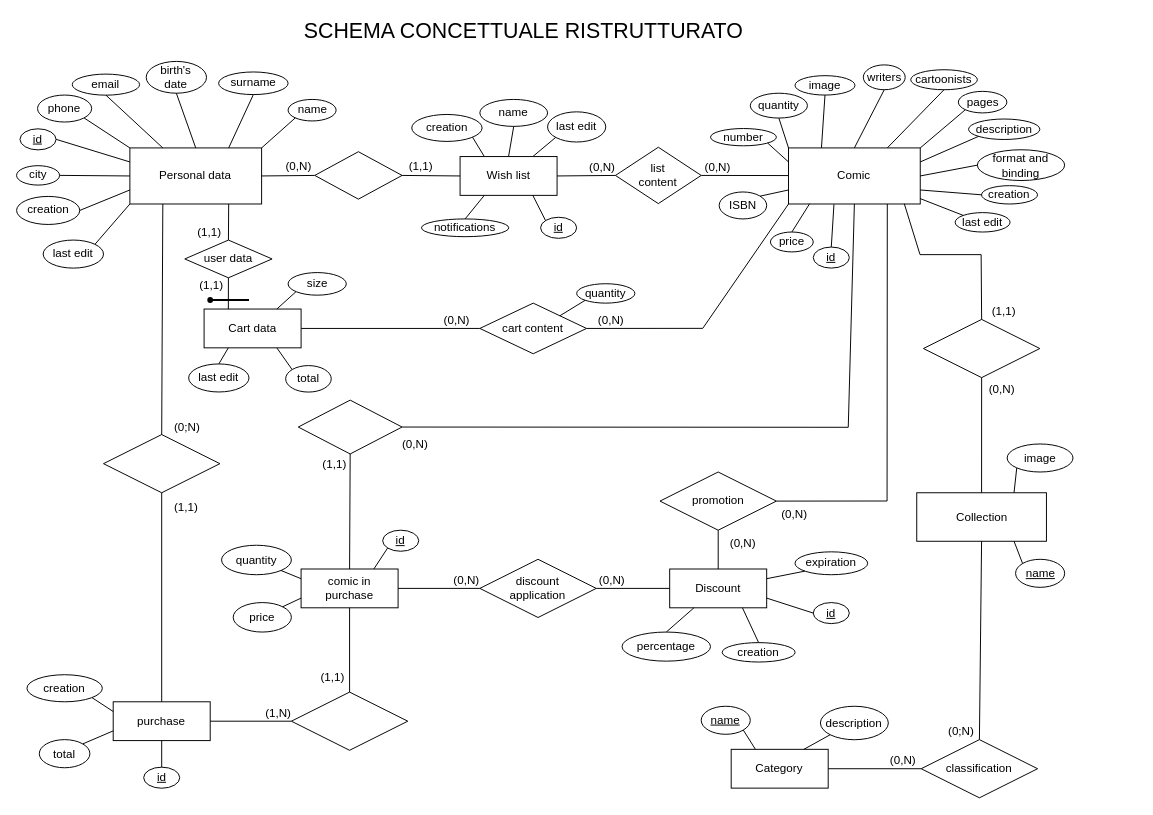
Earlier version of the draw.io diagram page "Schema E-R ristrutturato" (2 of 2) of doc/database/Comic_shop_ER_diagram.drawio (Enricods-i/Comics-Store-Backend). Source tidied: cells renumbered, new cells numbered last; positions are measured from the earlier drawing's top-left corner, leaving out a move shared by most shapes. Both pictures are drawn from the tidied source at 97%, with x=0, y=0 at pixel (16, 16).
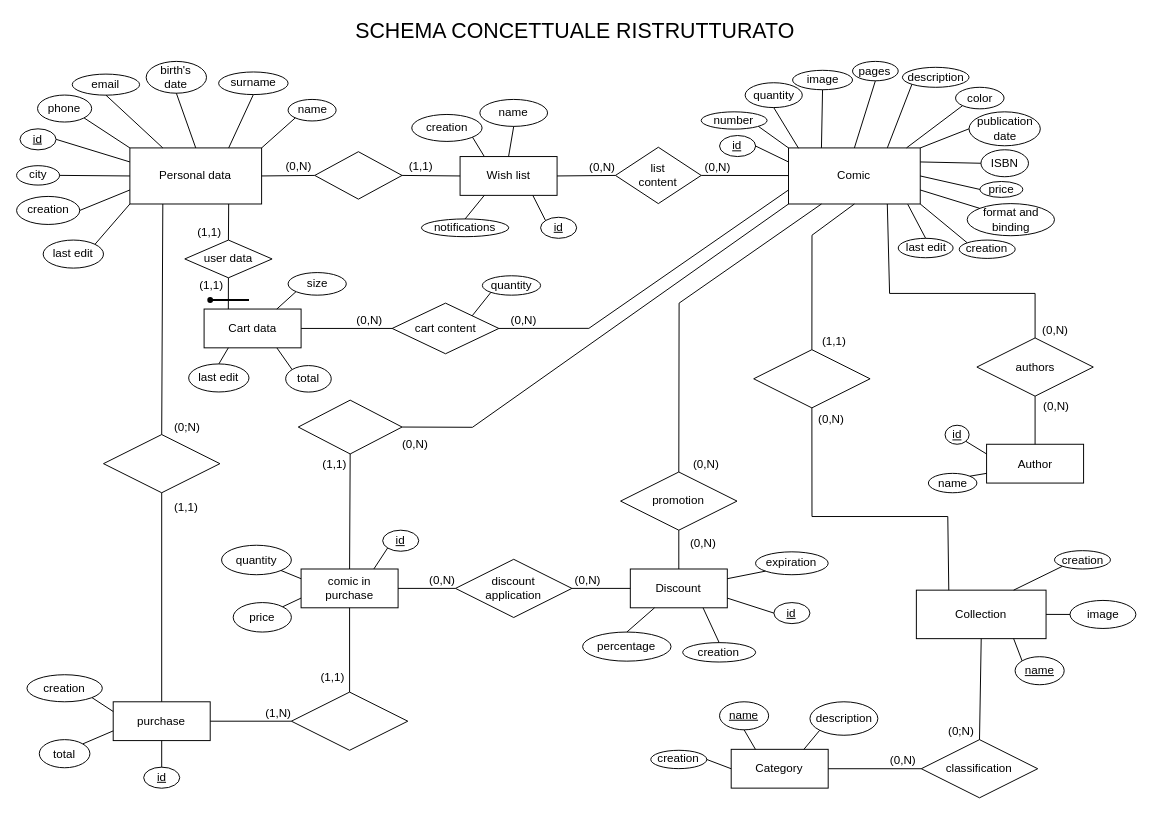
After the change.

Commit message (it also covers changes not shown here):
Modifica lo schema del db: aggiunti gli autori e perfezionato il fumetto

The change refers to these unchanged cells:
```xml
<mxCell id="2" value="Comic" style="whiteSpace=wrap;html=1;align=center;" parent="1" vertex="1">
  <mxGeometry x="795.4" y="135" width="135.8" height="57.8" as="geometry" />
</mxCell>
<mxCell id="47" value="Category" style="whiteSpace=wrap;html=1;align=center;" parent="1" vertex="1">
  <mxGeometry x="736.3" y="755" width="100" height="40" as="geometry" />
</mxCell>
<mxCell id="90" value="Wish list" style="whiteSpace=wrap;html=1;align=center;" parent="1" vertex="1">
  <mxGeometry x="456.8" y="143.9" width="100" height="40" as="geometry" />
</mxCell>
<mxCell id="125" style="shape=rhombus;perimeter=rhombusPerimeter;whiteSpace=wrap;html=1;align=center;" parent="1" vertex="1">
  <mxGeometry x="290" y="395" width="107" height="55.5" as="geometry" />
</mxCell>
```

What changed in the source:
```diff
@@
-    <mxCell id="9" value="last edit" style="ellipse;whiteSpace=wrap;html=1;align=center;" parent="1" vertex="1">
-      <mxGeometry x="547" y="97.8" width="60" height="31.1" as="geometry" />
-    </mxCell>
@@
-    <mxCell id="11" style="endArrow=none;html=1;rounded=0;exitX=0.75;exitY=0;exitDx=0;exitDy=0;entryX=0;entryY=1;entryDx=0;entryDy=0;" parent="1" edge="1" source="90" target="9">
-      <mxGeometry relative="1" as="geometry" />
-    </mxCell>
     <mxCell id="12" value="number" style="ellipse;whiteSpace=wrap;html=1;align=center;" parent="1" vertex="1">
-      <mxGeometry x="715" y="115" width="67.9" height="17.8" as="geometry" />
+      <mxGeometry x="705.4" y="97.8" width="67.9" height="17.8" as="geometry" />
     </mxCell>
-    <mxCell id="13" value="writers" style="ellipse;whiteSpace=wrap;html=1;align=center;" parent="1" vertex="1">
-      <mxGeometry x="872.5" y="49.4" width="43.2" height="25.6" as="geometry" />
+    <mxCell id="13" value="pages" style="ellipse;whiteSpace=wrap;html=1;align=center;" parent="1" vertex="1">
+      <mxGeometry x="861.4" y="45.8" width="47.1" height="20" as="geometry" />
     </mxCell>
-    <mxCell id="14" value="cartoonists" style="ellipse;whiteSpace=wrap;html=1;align=center;" parent="1" vertex="1">
-      <mxGeometry x="921.4" y="54.4" width="68.7" height="20.6" as="geometry" />
+    <mxCell id="14" value="description" style="ellipse;whiteSpace=wrap;html=1;align=center;" parent="1" vertex="1">
+      <mxGeometry x="912.8" y="51.9" width="68.7" height="20.6" as="geometry" />
     </mxCell>
-    <mxCell id="15" value="pages" style="ellipse;whiteSpace=wrap;html=1;align=center;" parent="1" vertex="1">
-      <mxGeometry x="970.5" y="76.7" width="50" height="22.2" as="geometry" />
+    <mxCell id="15" value="color" style="ellipse;whiteSpace=wrap;html=1;align=center;" parent="1" vertex="1">
+      <mxGeometry x="967.6" y="72.5" width="50" height="22.2" as="geometry" />
     </mxCell>
-    <mxCell id="16" style="endArrow=none;html=1;rounded=0;entryX=1;entryY=1;entryDx=0;entryDy=0;exitX=0;exitY=0.25;exitDx=0;exitDy=0;" parent="1" edge="1" source="2" target="12">
+    <mxCell id="16" style="endArrow=none;html=1;rounded=0;entryX=1;entryY=1;entryDx=0;entryDy=0;exitX=0;exitY=0;exitDx=0;exitDy=0;" parent="1" edge="1" source="2" target="12">
       <mxGeometry relative="1" as="geometry" />
     </mxCell>
@@
-    <mxCell id="18" style="endArrow=none;html=1;rounded=0;exitX=0.75;exitY=0;exitDx=0;exitDy=0;entryX=0.5;entryY=1;entryDx=0;entryDy=0;" parent="1" edge="1" source="2" target="14">
+    <mxCell id="18" style="endArrow=none;html=1;rounded=0;exitX=0.75;exitY=0;exitDx=0;exitDy=0;entryX=0;entryY=1;entryDx=0;entryDy=0;" parent="1" edge="1" source="2" target="14">
       <mxGeometry relative="1" as="geometry" />
     </mxCell>
-    <mxCell id="19" style="endArrow=none;html=1;rounded=0;exitX=1;exitY=0;exitDx=0;exitDy=0;entryX=0;entryY=1;entryDx=0;entryDy=0;" parent="1" edge="1" source="2" target="15">
+    <mxCell id="19" style="endArrow=none;html=1;rounded=0;entryX=0;entryY=1;entryDx=0;entryDy=0;exitX=0.896;exitY=-0.001;exitDx=0;exitDy=0;exitPerimeter=0;" parent="1" edge="1" source="2" target="15">
       <mxGeometry relative="1" as="geometry" />
     </mxCell>
-    <mxCell id="20" style="endArrow=none;html=1;rounded=0;entryX=1;entryY=0;entryDx=0;entryDy=0;exitX=0;exitY=0.75;exitDx=0;exitDy=0;" parent="1" edge="1" source="2" target="130">
+    <mxCell id="20" style="endArrow=none;html=1;rounded=0;entryX=0;entryY=0.5;entryDx=0;entryDy=0;exitX=1;exitY=0.25;exitDx=0;exitDy=0;" parent="1" edge="1" source="2" target="130">
       <mxGeometry relative="1" as="geometry" />
     </mxCell>
@@
     <mxCell id="35" value="Collection" style="whiteSpace=wrap;html=1;align=center;" parent="1" vertex="1">
-      <mxGeometry x="927.6" y="490.5" width="133.7" height="50" as="geometry" />
+      <mxGeometry x="927.2" y="590.9" width="133.7" height="50" as="geometry" />
     </mxCell>
     <mxCell id="36" style="shape=rhombus;perimeter=rhombusPerimeter;whiteSpace=wrap;html=1;align=center;" parent="1" vertex="1">
-      <mxGeometry x="934.5" y="311.8" width="120" height="60" as="geometry" />
+      <mxGeometry x="759.5" y="343" width="120" height="60" as="geometry" />
     </mxCell>
-    <mxCell id="37" style="endArrow=none;html=1;rounded=0;entryX=0.5;entryY=1;entryDx=0;entryDy=0;exitX=0.5;exitY=0;exitDx=0;exitDy=0;" parent="1" edge="1" source="35" target="36">
-      <mxGeometry relative="1" as="geometry" />
+    <mxCell id="37" style="endArrow=none;html=1;rounded=0;entryX=0.5;entryY=1;entryDx=0;entryDy=0;exitX=0.25;exitY=0;exitDx=0;exitDy=0;" parent="1" edge="1" source="35" target="36">
+      <mxGeometry relative="1" as="geometry">
+        <Array as="points">
+          <mxPoint x="959.6" y="515" />
+          <mxPoint x="819.6" y="515" />
+        </Array>
+      </mxGeometry>
     </mxCell>
@@
     <mxCell id="39" value="image" style="ellipse;whiteSpace=wrap;html=1;align=center;" parent="1" vertex="1">
-      <mxGeometry x="1020.8" y="440.2" width="67.9" height="28.9" as="geometry" />
+      <mxGeometry x="1085.6" y="601.5" width="67.9" height="28.9" as="geometry" />
     </mxCell>
-    <mxCell id="40" style="endArrow=none;html=1;rounded=0;exitX=0.75;exitY=0;exitDx=0;exitDy=0;entryX=0;entryY=1;entryDx=0;entryDy=0;" parent="1" edge="1" source="35" target="39">
+    <mxCell id="40" style="endArrow=none;html=1;rounded=0;exitX=1;exitY=0.5;exitDx=0;exitDy=0;entryX=0;entryY=0.5;entryDx=0;entryDy=0;" parent="1" edge="1" source="35" target="39">
       <mxGeometry relative="1" as="geometry" />
     </mxCell>
     <mxCell id="41" value="Discount" style="whiteSpace=wrap;html=1;align=center;" parent="1" vertex="1">
-      <mxGeometry x="672.9" y="569.1" width="100" height="40" as="geometry" />
+      <mxGeometry x="632.3" y="569.1" width="100" height="40" as="geometry" />
     </mxCell>
     <mxCell id="42" value="promotion" style="shape=rhombus;perimeter=rhombusPerimeter;whiteSpace=wrap;html=1;align=center;" parent="1" vertex="1">
-      <mxGeometry x="662.9" y="469.1" width="120" height="60" as="geometry" />
+      <mxGeometry x="622.3" y="469.1" width="120" height="60" as="geometry" />
     </mxCell>
@@
-    <mxCell id="45" style="endArrow=none;html=1;rounded=0;exitX=0.75;exitY=1;exitDx=0;exitDy=0;entryX=1;entryY=0.5;entryDx=0;entryDy=0;" parent="1" edge="1" source="2" target="42">
-      <mxGeometry relative="1" as="geometry">
-        <Array as="points">
-          <mxPoint x="897" y="499" />
-        </Array>
-      </mxGeometry>
-    </mxCell>
-    <mxCell id="46" value="(0,N)" style="html=1;align=right;verticalAlign=bottom;" parent="45" vertex="1">
-      <mxGeometry x="1" relative="1" as="geometry">
-        <mxPoint x="32" y="22" as="offset" />
-      </mxGeometry>
-    </mxCell>
@@
     <mxCell id="48" value="classification" style="shape=rhombus;perimeter=rhombusPerimeter;whiteSpace=wrap;html=1;align=center;" parent="1" vertex="1">
-      <mxGeometry x="932.2" y="745" width="120" height="60" as="geometry" />
+      <mxGeometry x="932.3" y="745" width="120" height="60" as="geometry" />
     </mxCell>
@@
     <mxCell id="53" value="&lt;u&gt;name&lt;/u&gt;" style="ellipse;whiteSpace=wrap;html=1;align=center;" parent="1" vertex="1">
-      <mxGeometry x="705.4" y="710.6" width="50.6" height="28.9" as="geometry" />
+      <mxGeometry x="724.3" y="706" width="50.6" height="28.9" as="geometry" />
     </mxCell>
-    <mxCell id="54" style="endArrow=none;html=1;rounded=0;exitX=0.25;exitY=0;exitDx=0;exitDy=0;entryX=1;entryY=1;entryDx=0;entryDy=0;" parent="1" edge="1" source="47" target="53">
+    <mxCell id="54" style="endArrow=none;html=1;rounded=0;exitX=0.25;exitY=0;exitDx=0;exitDy=0;entryX=0.5;entryY=1;entryDx=0;entryDy=0;" parent="1" edge="1" source="47" target="53">
       <mxGeometry relative="1" as="geometry" />
     </mxCell>
     <mxCell id="55" value="percentage" style="ellipse;whiteSpace=wrap;html=1;align=center;" parent="1" vertex="1">
-      <mxGeometry x="623.8" y="634.1" width="91.2" height="30" as="geometry" />
+      <mxGeometry x="583.1" y="634.1" width="91.2" height="30" as="geometry" />
     </mxCell>
     <mxCell id="56" value="creation" style="ellipse;whiteSpace=wrap;html=1;align=center;" parent="1" vertex="1">
-      <mxGeometry x="727" y="645" width="75.2" height="20" as="geometry" />
+      <mxGeometry x="686.3" y="645" width="75.2" height="20" as="geometry" />
     </mxCell>
     <mxCell id="57" value="expiration" style="ellipse;whiteSpace=wrap;html=1;align=center;" parent="1" vertex="1">
-      <mxGeometry x="802.1" y="551.4" width="74.9" height="23.6" as="geometry" />
+      <mxGeometry x="761.4" y="551.4" width="74.9" height="23.6" as="geometry" />
     </mxCell>
@@
-    <mxCell id="63" style="endArrow=none;html=1;rounded=0;exitX=0.5;exitY=1;exitDx=0;exitDy=0;entryX=1;entryY=0.5;entryDx=0;entryDy=0;" parent="1" edge="1" source="2" target="125">
+    <mxCell id="63" style="endArrow=none;html=1;rounded=0;exitX=0;exitY=1;exitDx=0;exitDy=0;entryX=1;entryY=0.5;entryDx=0;entryDy=0;" parent="1" edge="1" source="2" target="125">
       <mxGeometry relative="1" as="geometry">
         <Array as="points">
-          <mxPoint x="857" y="423" />
+          <mxPoint x="469.6" y="423" />
         </Array>
       </mxGeometry>
     </mxCell>
@@
     <mxCell id="75" value="quantity" style="ellipse;whiteSpace=wrap;html=1;align=center;" parent="1" vertex="1">
-      <mxGeometry x="756" y="78.6" width="58.9" height="25.6" as="geometry" />
+      <mxGeometry x="750.7" y="67.8" width="58.9" height="25.6" as="geometry" />
     </mxCell>
-    <mxCell id="76" style="endArrow=none;html=1;rounded=0;exitX=0;exitY=0;exitDx=0;exitDy=0;entryX=0.5;entryY=1;entryDx=0;entryDy=0;" parent="1" edge="1" source="2" target="75">
+    <mxCell id="76" style="endArrow=none;html=1;rounded=0;exitX=0.076;exitY=0.006;exitDx=0;exitDy=0;entryX=0.5;entryY=1;entryDx=0;entryDy=0;exitPerimeter=0;" parent="1" edge="1" source="2" target="75">
       <mxGeometry relative="1" as="geometry" />
     </mxCell>
     <mxCell id="77" value="SCHEMA CONCETTUALE RISTRUTTURATO" style="text;html=1;align=center;verticalAlign=middle;fillColor=none;strokeColor=none;rounded=0;fontSize=22;" parent="1" vertex="1">
-      <mxGeometry x="287" width="470" height="30" as="geometry" />
+      <mxGeometry x="339.6" width="470" height="30" as="geometry" />
     </mxCell>
-    <mxCell id="78" value="description" style="ellipse;whiteSpace=wrap;html=1;align=center;fontSize=12;" parent="1" vertex="1">
-      <mxGeometry x="981" y="105.2" width="73.5" height="21.1" as="geometry" />
+    <mxCell id="78" value="publication date" style="ellipse;whiteSpace=wrap;html=1;align=center;fontSize=12;" parent="1" vertex="1">
+      <mxGeometry x="981.5" y="97.8" width="73.5" height="35" as="geometry" />
     </mxCell>
-    <mxCell id="79" style="endArrow=none;html=1;rounded=0;fontSize=12;exitX=1;exitY=0.25;exitDx=0;exitDy=0;entryX=0;entryY=1;entryDx=0;entryDy=0;" parent="1" edge="1" source="2" target="78">
+    <mxCell id="79" style="endArrow=none;html=1;rounded=0;fontSize=12;entryX=0;entryY=0.5;entryDx=0;entryDy=0;exitX=1;exitY=0;exitDx=0;exitDy=0;" parent="1" edge="1" source="2" target="78">
       <mxGeometry relative="1" as="geometry" />
     </mxCell>
     <mxCell id="80" value="creation" style="ellipse;whiteSpace=wrap;html=1;align=center;" parent="1" vertex="1">
-      <mxGeometry x="994.4" y="173.9" width="57.7" height="18.9" as="geometry" />
+      <mxGeometry x="971.4" y="230" width="57.7" height="18.9" as="geometry" />
     </mxCell>
     <mxCell id="81" value="last edit" style="ellipse;whiteSpace=wrap;html=1;align=center;" parent="1" vertex="1">
-      <mxGeometry x="967.2" y="201.7" width="56.6" height="20" as="geometry" />
+      <mxGeometry x="908.5" y="228.2" width="56.6" height="20" as="geometry" />
     </mxCell>
-    <mxCell id="82" style="endArrow=none;html=1;rounded=0;fontSize=12;exitX=1;exitY=0.75;exitDx=0;exitDy=0;entryX=0;entryY=0.5;entryDx=0;entryDy=0;" parent="1" edge="1" source="2" target="80">
+    <mxCell id="82" style="endArrow=none;html=1;rounded=0;fontSize=12;exitX=1;exitY=1;exitDx=0;exitDy=0;entryX=0;entryY=0;entryDx=0;entryDy=0;" parent="1" edge="1" source="2" target="80">
       <mxGeometry relative="1" as="geometry" />
     </mxCell>
-    <mxCell id="83" style="endArrow=none;html=1;rounded=0;fontSize=12;entryX=0;entryY=0;entryDx=0;entryDy=0;exitX=0.998;exitY=0.902;exitDx=0;exitDy=0;exitPerimeter=0;" parent="1" edge="1" source="2" target="81">
+    <mxCell id="83" style="endArrow=none;html=1;rounded=0;fontSize=12;entryX=0.5;entryY=0;entryDx=0;entryDy=0;exitX=0.905;exitY=1.004;exitDx=0;exitDy=0;exitPerimeter=0;" parent="1" edge="1" source="2" target="81">
       <mxGeometry relative="1" as="geometry" />
     </mxCell>
-    <mxCell id="84" style="endArrow=none;html=1;rounded=0;exitX=0;exitY=1;exitDx=0;exitDy=0;entryX=1;entryY=0.5;entryDx=0;entryDy=0;" parent="1" edge="1" source="2" target="97">
+    <mxCell id="84" style="endArrow=none;html=1;rounded=0;exitX=0;exitY=0.75;exitDx=0;exitDy=0;entryX=1;entryY=0.5;entryDx=0;entryDy=0;" parent="1" edge="1" source="2" target="97">
       <mxGeometry relative="1" as="geometry">
         <Array as="points">
-          <mxPoint x="707" y="321" />
+          <mxPoint x="589.6" y="321" />
         </Array>
       </mxGeometry>
     </mxCell>
@@
     <mxCell id="86" value="description" style="ellipse;whiteSpace=wrap;html=1;align=center;" parent="1" vertex="1">
-      <mxGeometry x="828.3" y="710.6" width="70" height="34.5" as="geometry" />
+      <mxGeometry x="817.5" y="706" width="70" height="34.5" as="geometry" />
     </mxCell>
@@
     <mxCell id="88" value="&lt;u&gt;name&lt;/u&gt;" style="ellipse;whiteSpace=wrap;html=1;align=center;" parent="1" vertex="1">
-      <mxGeometry x="1029.5" y="559.1" width="50.6" height="28.9" as="geometry" />
+      <mxGeometry x="1029" y="659.5" width="50.6" height="28.9" as="geometry" />
     </mxCell>
@@
     <mxCell id="97" value="cart content" style="shape=rhombus;perimeter=rhombusPerimeter;whiteSpace=wrap;html=1;align=center;" parent="1" vertex="1">
-      <mxGeometry x="477.2" y="295" width="110" height="52.2" as="geometry" />
+      <mxGeometry x="386.8" y="295" width="110" height="52.2" as="geometry" />
     </mxCell>
@@
     <mxCell id="100" value="quantity" style="ellipse;whiteSpace=wrap;html=1;align=center;" parent="1" vertex="1">
-      <mxGeometry x="577" y="275" width="60" height="20" as="geometry" />
+      <mxGeometry x="479.8" y="266.8" width="60" height="20" as="geometry" />
     </mxCell>
@@
     <mxCell id="108" value="image" style="ellipse;whiteSpace=wrap;html=1;align=center;" parent="1" vertex="1">
-      <mxGeometry x="802.1" y="60.5" width="61.8" height="20" as="geometry" />
+      <mxGeometry x="799.6" y="55" width="61.8" height="20" as="geometry" />
     </mxCell>
@@
-    <mxCell id="110" style="endArrow=none;html=1;rounded=0;exitX=0.879;exitY=0.996;exitDx=0;exitDy=0;entryX=0.5;entryY=0;entryDx=0;entryDy=0;exitPerimeter=0;" parent="1" edge="1" source="2" target="36">
+    <mxCell id="110" style="endArrow=none;html=1;rounded=0;exitX=0.5;exitY=1;exitDx=0;exitDy=0;entryX=0.5;entryY=0;entryDx=0;entryDy=0;" parent="1" edge="1" source="2" target="36">
       <mxGeometry relative="1" as="geometry">
         <Array as="points">
-          <mxPoint x="931" y="245" />
-          <mxPoint x="994" y="245" />
+          <mxPoint x="819.6" y="225" />
         </Array>
       </mxGeometry>
     </mxCell>
@@
     <mxCell id="114" value="discount&lt;br&gt;application" style="shape=rhombus;perimeter=rhombusPerimeter;whiteSpace=wrap;html=1;align=center;" parent="1" vertex="1">
-      <mxGeometry x="477.2" y="559.1" width="120" height="60" as="geometry" />
+      <mxGeometry x="452.1" y="559.1" width="120" height="60" as="geometry" />
     </mxCell>
@@
-    <mxCell id="128" style="endArrow=none;html=1;rounded=0;exitX=0.16;exitY=0.996;exitDx=0;exitDy=0;entryX=0.5;entryY=0;entryDx=0;entryDy=0;exitPerimeter=0;" parent="1" edge="1" source="2" target="129">
+    <mxCell id="128" style="endArrow=none;html=1;rounded=0;exitX=0;exitY=0.5;exitDx=0;exitDy=0;entryX=1;entryY=0.5;entryDx=0;entryDy=0;" parent="1" edge="1" source="129" target="2">
       <mxGeometry relative="1" as="geometry" />
     </mxCell>
     <mxCell id="129" value="price" style="ellipse;whiteSpace=wrap;html=1;align=center;" parent="1" vertex="1">
-      <mxGeometry x="776.8" y="221.7" width="44.1" height="20.5" as="geometry" />
+      <mxGeometry x="992.8" y="169.6" width="44.1" height="16.4" as="geometry" />
     </mxCell>
     <mxCell id="130" value="ISBN" style="ellipse;whiteSpace=wrap;html=1;align=center;" parent="1" vertex="1">
-      <mxGeometry x="723.9" y="180.4" width="49" height="27.8" as="geometry" />
+      <mxGeometry x="993.8" y="136.9" width="49" height="27.8" as="geometry" />
     </mxCell>
     <mxCell id="131" value="format and binding" style="ellipse;whiteSpace=wrap;html=1;align=center;" parent="1" vertex="1">
-      <mxGeometry x="990.1" y="136.9" width="90" height="31.7" as="geometry" />
+      <mxGeometry x="979.6" y="192.4" width="90" height="33.1" as="geometry" />
     </mxCell>
-    <mxCell id="132" style="endArrow=none;html=1;rounded=0;exitX=1;exitY=0.5;exitDx=0;exitDy=0;entryX=0;entryY=0.5;entryDx=0;entryDy=0;" parent="1" edge="1" source="2" target="131">
+    <mxCell id="132" style="endArrow=none;html=1;rounded=0;exitX=1;exitY=0.75;exitDx=0;exitDy=0;entryX=0;entryY=0;entryDx=0;entryDy=0;" parent="1" edge="1" source="2" target="131">
       <mxGeometry relative="1" as="geometry" />
     </mxCell>
@@
     <mxCell id="149" value="id" style="ellipse;whiteSpace=wrap;html=1;align=center;fontStyle=4;" parent="1" vertex="1">
-      <mxGeometry x="820.9" y="603.7" width="37.2" height="21.7" as="geometry" />
+      <mxGeometry x="780.3" y="603.7" width="37.2" height="21.7" as="geometry" />
     </mxCell>
@@
     <mxCell id="151" value="id" style="ellipse;whiteSpace=wrap;html=1;align=center;fontStyle=4;" parent="1" vertex="1">
-      <mxGeometry x="820.9" y="237.2" width="37.2" height="21.7" as="geometry" />
+      <mxGeometry x="724.3" y="122.2" width="37.2" height="21.7" as="geometry" />
     </mxCell>
-    <mxCell id="152" style="endArrow=none;html=1;rounded=0;exitX=0.345;exitY=1.006;exitDx=0;exitDy=0;exitPerimeter=0;entryX=0.5;entryY=0;entryDx=0;entryDy=0;" parent="1" edge="1" source="2" target="151">
+    <mxCell id="152" style="endArrow=none;html=1;rounded=0;entryX=1;entryY=0.5;entryDx=0;entryDy=0;exitX=0;exitY=0.25;exitDx=0;exitDy=0;" parent="1" edge="1" source="2" target="151">
       <mxGeometry relative="1" as="geometry" />
     </mxCell>
@@
+    <mxCell id="45" style="endArrow=none;html=1;rounded=0;exitX=0.25;exitY=1;exitDx=0;exitDy=0;entryX=0.5;entryY=0;entryDx=0;entryDy=0;" parent="1" edge="1" source="2" target="42">
+      <mxGeometry relative="1" as="geometry">
+        <Array as="points">
+          <mxPoint x="682.6" y="295" />
+        </Array>
+      </mxGeometry>
+    </mxCell>
+    <mxCell id="159" value="(0,N)" style="html=1;align=right;verticalAlign=bottom;" parent="45" vertex="1">
+      <mxGeometry x="1" relative="1" as="geometry">
+        <mxPoint x="42" as="offset" />
+      </mxGeometry>
+    </mxCell>
+    <mxCell id="160" value="creation" style="ellipse;whiteSpace=wrap;html=1;align=center;" parent="1" vertex="1">
+      <mxGeometry x="1069.6" y="550.2" width="57.7" height="18.9" as="geometry" />
+    </mxCell>
+    <mxCell id="161" style="endArrow=none;html=1;rounded=0;exitX=0;exitY=1;exitDx=0;exitDy=0;entryX=0.75;entryY=0;entryDx=0;entryDy=0;" parent="1" edge="1" source="160" target="35">
+      <mxGeometry relative="1" as="geometry" />
+    </mxCell>
+    <mxCell id="162" value="Author" style="whiteSpace=wrap;html=1;align=center;" parent="1" vertex="1">
+      <mxGeometry x="999.6" y="440.5" width="100" height="40" as="geometry" />
+    </mxCell>
+    <mxCell id="163" value="authors" style="shape=rhombus;perimeter=rhombusPerimeter;whiteSpace=wrap;html=1;align=center;" parent="1" vertex="1">
+      <mxGeometry x="989.6" y="330.9" width="120" height="60" as="geometry" />
+    </mxCell>
+    <mxCell id="164" style="endArrow=none;html=1;rounded=0;entryX=0.5;entryY=1;entryDx=0;entryDy=0;exitX=0.5;exitY=0;exitDx=0;exitDy=0;" parent="1" edge="1" source="162" target="163">
+      <mxGeometry relative="1" as="geometry" />
+    </mxCell>
+    <mxCell id="165" value="(0,N)" style="html=1;align=right;verticalAlign=bottom;" parent="164" vertex="1">
+      <mxGeometry x="1" relative="1" as="geometry">
+        <mxPoint x="35" y="19" as="offset" />
+      </mxGeometry>
+    </mxCell>
+    <mxCell id="166" style="endArrow=none;html=1;rounded=0;entryX=0.5;entryY=0;entryDx=0;entryDy=0;exitX=0.75;exitY=1;exitDx=0;exitDy=0;" parent="1" edge="1" source="2" target="163">
+      <mxGeometry relative="1" as="geometry">
+        <Array as="points">
+          <mxPoint x="899.6" y="285" />
+          <mxPoint x="1049.6" y="285" />
+        </Array>
+      </mxGeometry>
+    </mxCell>
+    <mxCell id="167" value="(0,N)" style="html=1;align=right;verticalAlign=bottom;" parent="166" vertex="1">
+      <mxGeometry x="1" relative="1" as="geometry">
+        <mxPoint x="34" as="offset" />
+      </mxGeometry>
+    </mxCell>
+    <mxCell id="168" value="id" style="ellipse;whiteSpace=wrap;html=1;align=center;fontStyle=4;" parent="1" vertex="1">
+      <mxGeometry x="956.8" y="420.9" width="24.8" height="19.6" as="geometry" />
+    </mxCell>
+    <mxCell id="169" value="name" style="ellipse;whiteSpace=wrap;html=1;align=center;" parent="1" vertex="1">
+      <mxGeometry x="939.6" y="470.5" width="50" height="20" as="geometry" />
+    </mxCell>
+    <mxCell id="170" style="endArrow=none;html=1;rounded=0;exitX=1;exitY=0;exitDx=0;exitDy=0;entryX=0;entryY=0.75;entryDx=0;entryDy=0;" parent="1" edge="1" source="169" target="162">
+      <mxGeometry relative="1" as="geometry" />
+    </mxCell>
+    <mxCell id="171" style="endArrow=none;html=1;rounded=0;exitX=1;exitY=1;exitDx=0;exitDy=0;entryX=0;entryY=0.25;entryDx=0;entryDy=0;" parent="1" edge="1" source="168" target="162">
+      <mxGeometry relative="1" as="geometry" />
+    </mxCell>
+    <mxCell id="172" value="creation" style="ellipse;whiteSpace=wrap;html=1;align=center;" parent="1" vertex="1">
+      <mxGeometry x="653.4" y="756" width="57.7" height="18.9" as="geometry" />
+    </mxCell>
+    <mxCell id="173" style="endArrow=none;html=1;rounded=0;exitX=1;exitY=0.5;exitDx=0;exitDy=0;entryX=0;entryY=0.5;entryDx=0;entryDy=0;" parent="1" edge="1" source="172" target="47">
+      <mxGeometry relative="1" as="geometry" />
+    </mxCell>
```
